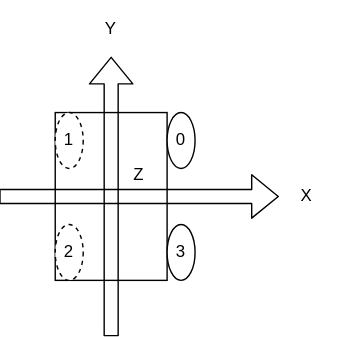
Above: Doc/orientation.svg in RM-camp-for-high-school-students/Shenzhen_innoX_2024wc_FishChassis (draw.io), before the change. Source tidied: cells renumbered, new cells last; positions are measured from the earlier drawing's top-left corner, leaving out a move shared by most shapes. Source of this version:
```xml
<mxGraphModel>
  <root>
    <mxCell id="0" />
    <mxCell id="1" parent="0" />
    <mxCell id="2" style="rounded=0;whiteSpace=wrap;html=1;" parent="1" vertex="1">
      <mxGeometry x="40" y="80" width="80" height="120" as="geometry" />
    </mxCell>
    <mxCell id="3" style="shape=flexArrow;endArrow=classic;html=1;" parent="1" edge="1">
      <mxGeometry relative="1" as="geometry">
        <mxPoint y="140" as="sourcePoint" />
        <mxPoint x="200" y="140" as="targetPoint" />
      </mxGeometry>
    </mxCell>
    <mxCell id="4" style="shape=flexArrow;endArrow=classic;html=1;" parent="1" edge="1">
      <mxGeometry relative="1" as="geometry">
        <mxPoint x="80" y="240" as="sourcePoint" />
        <mxPoint x="80" y="40" as="targetPoint" />
      </mxGeometry>
    </mxCell>
    <mxCell id="5" value="X" style="text;html=1;strokeColor=none;fillColor=none;align=center;verticalAlign=middle;whiteSpace=wrap;rounded=0;" parent="1" vertex="1">
      <mxGeometry x="200" y="120" width="40" height="40" as="geometry" />
    </mxCell>
    <mxCell id="6" value="Y" style="text;html=1;strokeColor=none;fillColor=none;align=center;verticalAlign=middle;whiteSpace=wrap;rounded=0;" parent="1" vertex="1">
      <mxGeometry x="60" width="40" height="40" as="geometry" />
    </mxCell>
    <mxCell id="7" value="Z" style="text;html=1;strokeColor=none;fillColor=none;align=center;verticalAlign=middle;whiteSpace=wrap;rounded=0;" parent="1" vertex="1">
      <mxGeometry x="70" y="110" width="60" height="30" as="geometry" />
    </mxCell>
    <mxCell id="8" value="0" style="ellipse;whiteSpace=wrap;html=1;" parent="1" vertex="1">
      <mxGeometry x="120" y="80" width="20" height="40" as="geometry" />
    </mxCell>
    <mxCell id="9" value="1" style="ellipse;whiteSpace=wrap;html=1;dashed=1;" parent="1" vertex="1">
      <mxGeometry x="40" y="80" width="20" height="40" as="geometry" />
    </mxCell>
    <mxCell id="10" value="3" style="ellipse;whiteSpace=wrap;html=1;" parent="1" vertex="1">
      <mxGeometry x="120" y="160" width="20" height="40" as="geometry" />
    </mxCell>
    <mxCell id="11" value="2" style="ellipse;whiteSpace=wrap;html=1;dashed=1;" parent="1" vertex="1">
      <mxGeometry x="40" y="160" width="20" height="40" as="geometry" />
    </mxCell>
  </root>
</mxGraphModel>
```
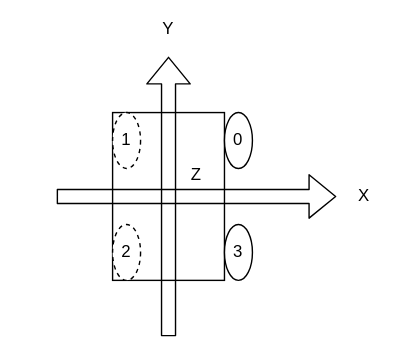
Later version of the same file.

What changed in the source:
```diff
@@ -2,6 +2,9 @@
   <root>
     <mxCell id="0" />
     <mxCell id="1" parent="0" />
+    <mxCell id="12" style="rounded=0;whiteSpace=wrap;html=1;fillColor=#FFFFFF;strokeColor=none;" parent="1" vertex="1">
+      <mxGeometry x="-40" y="5" width="280" height="240" as="geometry" />
+    </mxCell>
     <mxCell id="2" style="rounded=0;whiteSpace=wrap;html=1;" parent="1" vertex="1">
       <mxGeometry x="40" y="80" width="80" height="120" as="geometry" />
     </mxCell>
```
